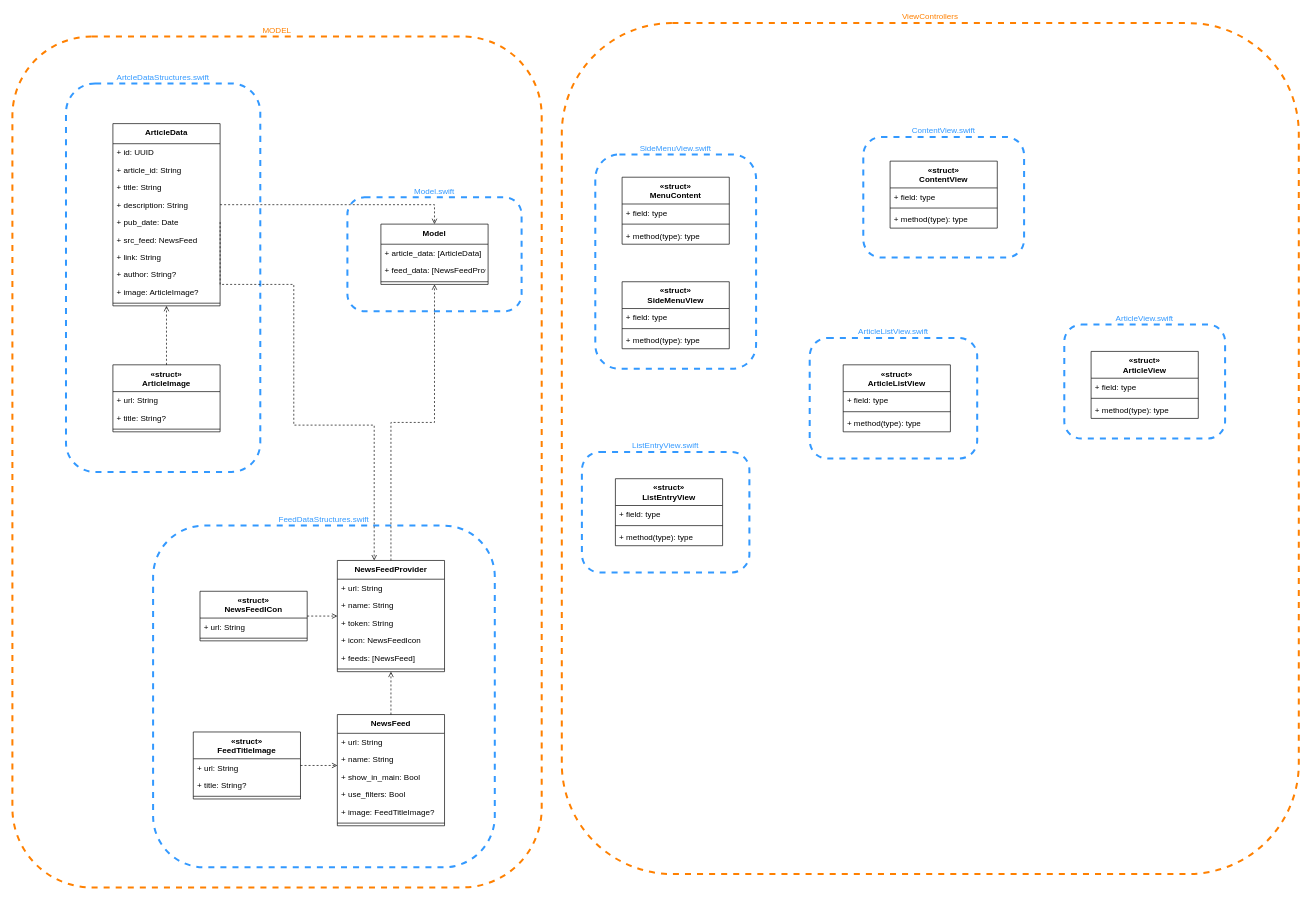
The draw.io diagram documentation/uml.drawio in johannesgrothe/Feedolin_RSS_Reader, before the edit. Source tidied: cells renumbered, new cells numbered last; positions are measured from the earlier drawing's top-left corner, leaving out a move shared by most shapes. Both pictures are drawn from the tidied source at 67%, with x=0, y=0 at pixel (12, 23).
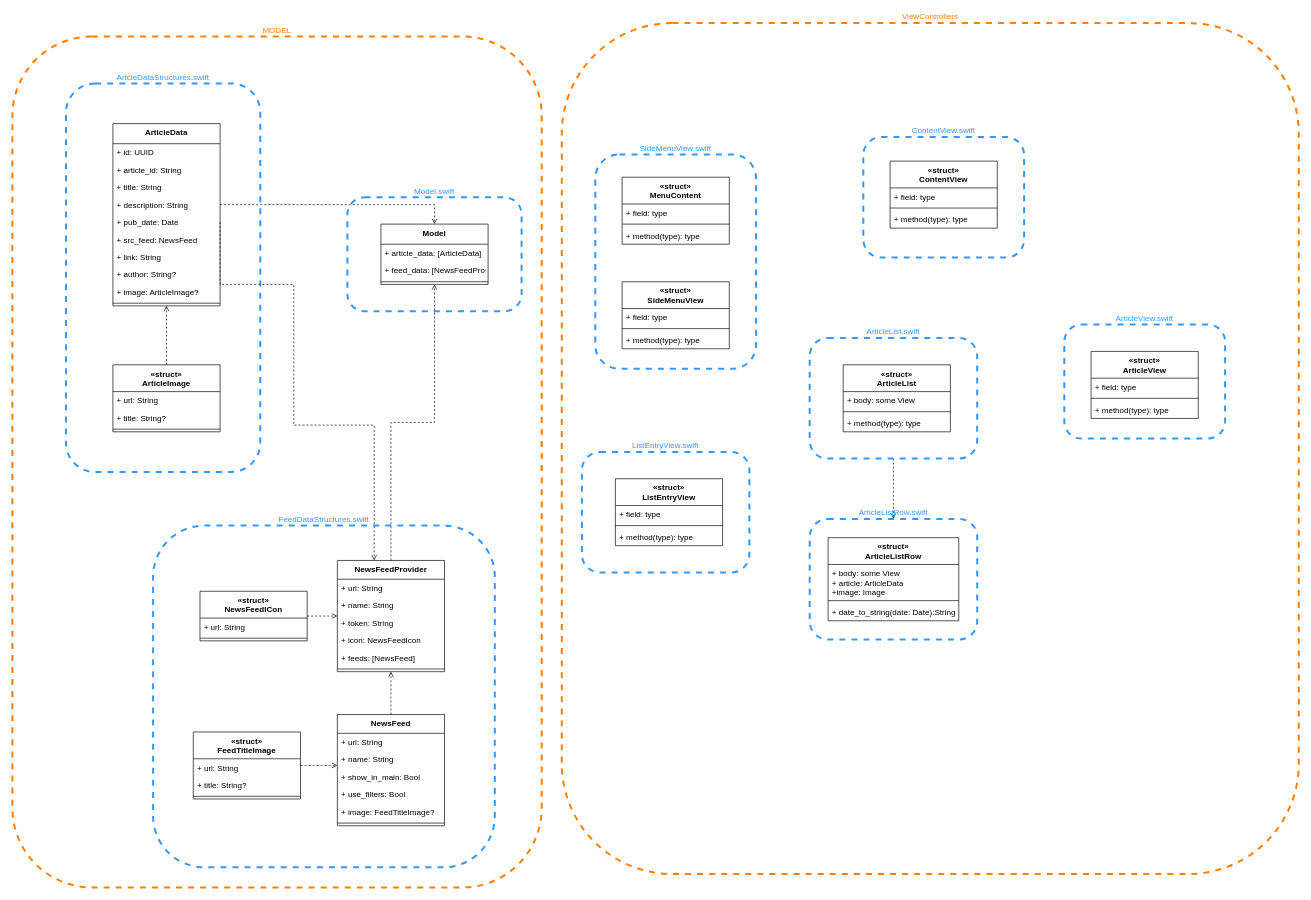
Above is the later version.

Change to the diagram source:
```diff
@@
+    <mxCell id="83" style="edgeStyle=orthogonalEdgeStyle;rounded=0;jettySize=auto;html=1;exitX=0.5;exitY=1;exitDx=0;exitDy=0;entryX=0.5;entryY=0;entryDx=0;entryDy=0;dashed=1;endArrow=open;endFill=0;" parent="1" edge="1" source="25" target="84">
+      <mxGeometry relative="1" as="geometry" />
+    </mxCell>
-    <mxCell id="25" value="ArticleListView.swift" style="rounded=1;whiteSpace=wrap;html=1;fillColor=none;dashed=1;strokeWidth=3;labelPosition=center;verticalLabelPosition=top;align=center;verticalAlign=bottom;strokeColor=#3399FF;fontColor=#3399FF;" parent="1" vertex="1">
+    <mxCell id="25" value="ArticleList.swift" style="rounded=1;whiteSpace=wrap;html=1;fillColor=none;dashed=1;strokeWidth=3;labelPosition=center;verticalLabelPosition=top;align=center;verticalAlign=bottom;strokeColor=#3399FF;fontColor=#3399FF;" parent="1" vertex="1">
       <mxGeometry x="1190" y="470" width="250" height="180" as="geometry" />
     </mxCell>
@@
-    <mxCell id="35" value="«struct»&#10;ArticleListView" style="swimlane;fontStyle=1;align=center;verticalAlign=top;horizontal=1;startSize=40;strokeColor=#000000;strokeWidth=1;fillColor=none;fontColor=#000000;" parent="1" vertex="1">
+    <mxCell id="35" value="«struct»&#10;ArticleList" style="swimlane;fontStyle=1;align=center;verticalAlign=top;horizontal=1;startSize=40;strokeColor=#000000;strokeWidth=1;fillColor=none;fontColor=#000000;" parent="1" vertex="1">
       <mxGeometry x="1240" y="510" width="160" height="100" as="geometry" />
     </mxCell>
-    <mxCell id="36" value="+ field: type" style="text;strokeColor=none;fillColor=none;align=left;verticalAlign=top;spacingLeft=4;spacingRight=4;overflow=hidden;" parent="35" vertex="1">
+    <mxCell id="36" value="+ body: some View" style="text;strokeColor=none;fillColor=none;align=left;verticalAlign=top;spacingLeft=4;spacingRight=4;overflow=hidden;" parent="35" vertex="1">
       <mxGeometry y="40" width="160" height="26" as="geometry" />
     </mxCell>
@@
+    <mxCell id="84" value="ArticleListRow.swift&lt;br&gt;" style="rounded=1;whiteSpace=wrap;html=1;fillColor=none;dashed=1;strokeWidth=3;labelPosition=center;verticalLabelPosition=top;align=center;verticalAlign=bottom;strokeColor=#3399FF;fontColor=#3399FF;" parent="1" vertex="1">
+      <mxGeometry x="1190" y="740" width="250" height="180" as="geometry" />
+    </mxCell>
+    <mxCell id="85" value="«struct»&#10;ArticleListRow&#10;" style="swimlane;fontStyle=1;align=center;verticalAlign=top;horizontal=1;startSize=40;strokeColor=#000000;strokeWidth=1;fillColor=none;fontColor=#000000;" parent="1" vertex="1">
+      <mxGeometry x="1217.5" y="768" width="195" height="124" as="geometry" />
+    </mxCell>
+    <mxCell id="86" value="+ body: some View&#10;+ article: ArticleData&#10;+image: Image" style="text;strokeColor=none;fillColor=none;align=left;verticalAlign=top;spacingLeft=4;spacingRight=4;overflow=hidden;" parent="85" vertex="1">
+      <mxGeometry y="40" width="195" height="50" as="geometry" />
+    </mxCell>
+    <mxCell id="87" style="line;strokeWidth=1;fillColor=none;align=left;verticalAlign=middle;spacingTop=-1;spacingLeft=3;spacingRight=3;labelPosition=right;" parent="85" vertex="1">
+      <mxGeometry y="90" width="195" height="8" as="geometry" />
+    </mxCell>
+    <mxCell id="88" value="+ date_to_string(date: Date):String" style="text;strokeColor=none;fillColor=none;align=left;verticalAlign=top;spacingLeft=4;spacingRight=4;overflow=hidden;" parent="85" vertex="1">
+      <mxGeometry y="98" width="195" height="26" as="geometry" />
+    </mxCell>
```
